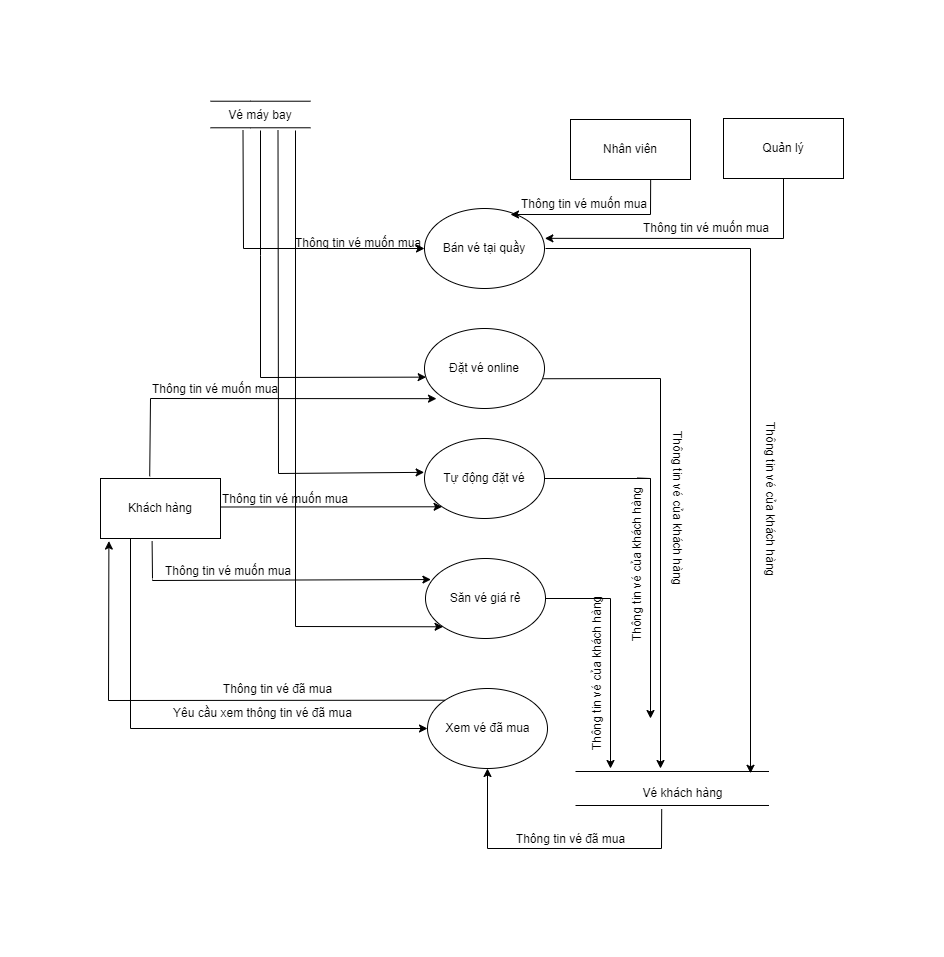
This is Báo Cáo/Diagram/DFD/DFD_datve_muc1.png from Kindaichicao/plane-ticket, a draw.io export, as it was before one commit. Source tidied: cells renumbered, new cells last; positions are measured from the earlier drawing's top-left corner, leaving out a move shared by most shapes.
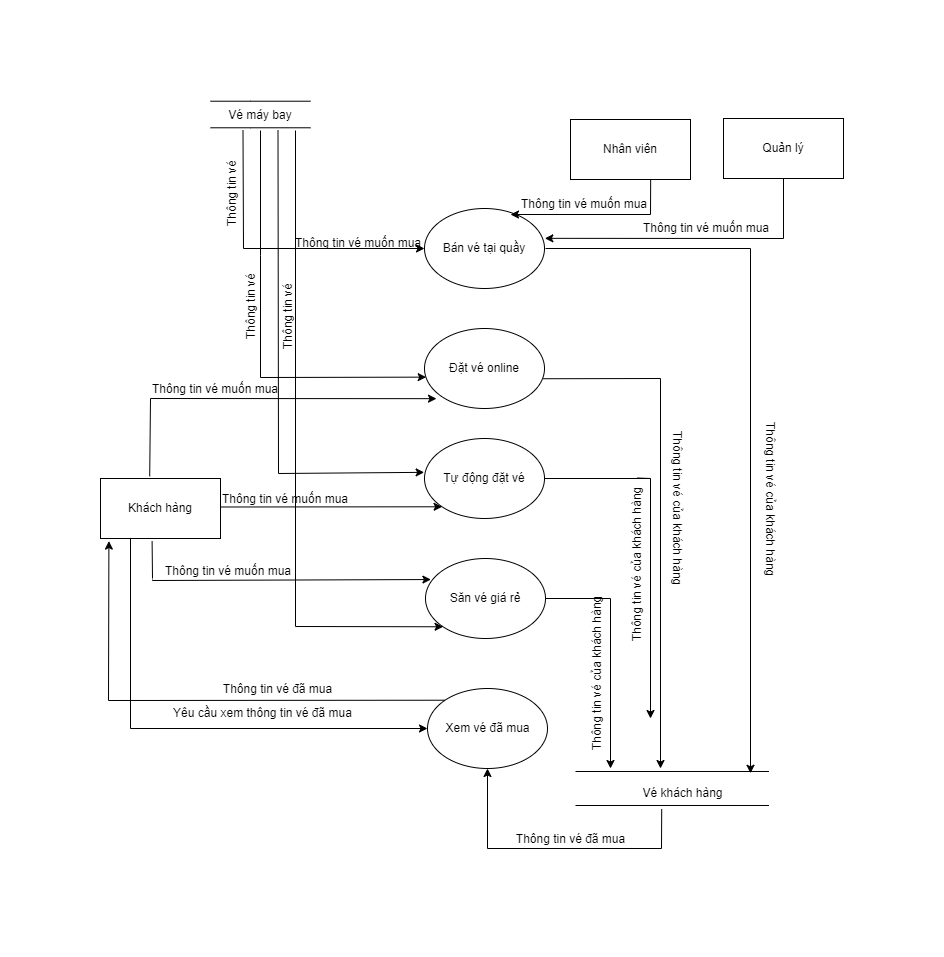
The same file after the commit.

Commit message:
[Add]: Activity Diagram

Change to the diagram source:
```diff
@@ -236,5 +236,14 @@
     <mxCell id="52" value="Thông tin vé muốn mua" style="text;html=1;strokeColor=none;fillColor=none;align=center;verticalAlign=middle;whiteSpace=wrap;rounded=0;" parent="1" vertex="1">
       <mxGeometry x="418.5" y="89" width="130" height="30" as="geometry" />
     </mxCell>
+    <mxCell id="53" value="Thông tin vé" style="text;html=1;strokeColor=none;fillColor=none;align=center;verticalAlign=middle;whiteSpace=wrap;rounded=0;rotation=-90;" parent="1" vertex="1">
+      <mxGeometry x="77" y="78" width="110" height="30" as="geometry" />
+    </mxCell>
+    <mxCell id="54" value="Thông tin vé" style="text;html=1;strokeColor=none;fillColor=none;align=center;verticalAlign=middle;whiteSpace=wrap;rounded=0;rotation=-90;" parent="1" vertex="1">
+      <mxGeometry x="96" y="191" width="110" height="30" as="geometry" />
+    </mxCell>
+    <mxCell id="55" value="Thông tin vé" style="text;html=1;strokeColor=none;fillColor=none;align=center;verticalAlign=middle;whiteSpace=wrap;rounded=0;rotation=-90;" parent="1" vertex="1">
+      <mxGeometry x="133" y="201" width="110" height="30" as="geometry" />
+    </mxCell>
   </root>
 </mxGraphModel>
```
